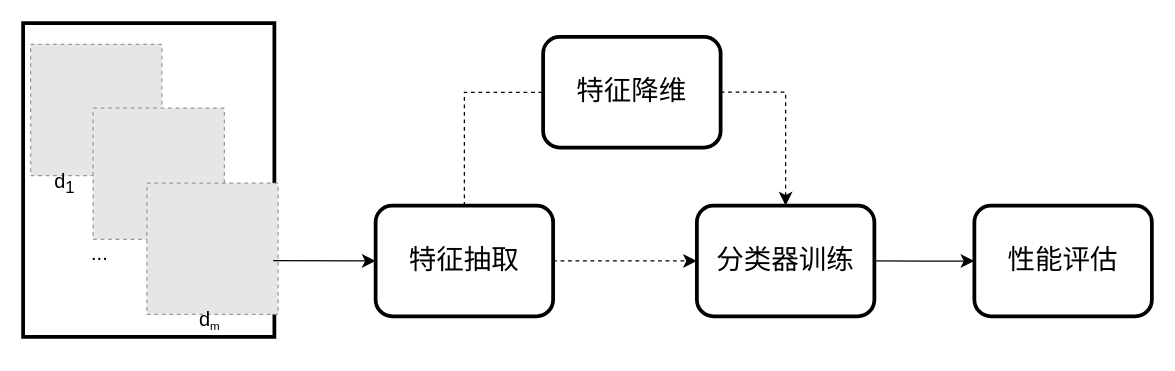
The draw.io diagram img/TextCategorization.drawio in Coder-Colder/MyPics, before the edit. Source tidied: cells renumbered, new cells numbered last; positions are measured from the earlier drawing's top-left corner, leaving out a move shared by most shapes. Both pictures are drawn from the tidied source at 125%, with x=0, y=0 at pixel (22, 22). Pictures stored in the file or linked from it are replaced by grey dashed boxes.
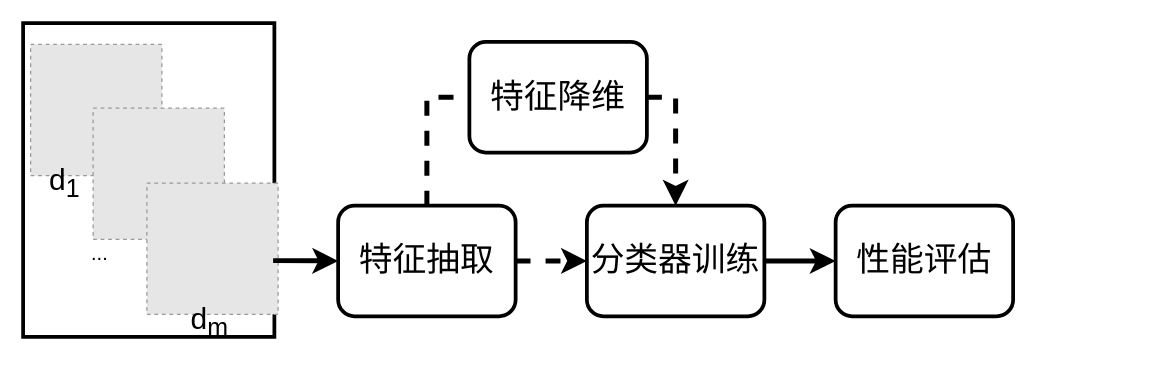
After the change.

Diff of the diagram source:
```diff
@@
 <mxGraphModel>
   <root>
     <mxCell id="0" />
     <mxCell id="1" parent="0" />
     <mxCell id="2" style="group;" parent="1" vertex="1">
-      <mxGeometry width="204" height="255" as="geometry" />
+      <mxGeometry width="204" height="261" as="geometry" />
     </mxCell>
     <mxCell id="3" style="rounded=0;whiteSpace=wrap;html=1;fontSize=16;strokeWidth=3;" parent="2" vertex="1">
       <mxGeometry width="201" height="251" as="geometry" />
     </mxCell>
     <mxCell id="4" style="fillColor=#E6E6E6;strokeColor=#999999;dashed=1;verticalLabelPosition=bottom;labelBackgroundColor=default;verticalAlign=top;" parent="2" vertex="1">
       <mxGeometry x="6" y="17" width="105" height="105" as="geometry" />
     </mxCell>
     <mxCell id="5" style="fillColor=#E6E6E6;strokeColor=#999999;dashed=1;verticalLabelPosition=bottom;labelBackgroundColor=default;verticalAlign=top;" parent="2" vertex="1">
       <mxGeometry x="56" y="68" width="105" height="105" as="geometry" />
     </mxCell>
     <mxCell id="6" style="fillColor=#E6E6E6;strokeColor=#999999;dashed=1;verticalLabelPosition=bottom;labelBackgroundColor=default;verticalAlign=top;" parent="2" vertex="1">
       <mxGeometry x="99" y="128" width="105" height="105" as="geometry" />
     </mxCell>
-    <mxCell id="7" value="d&lt;sub&gt;1&lt;/sub&gt;" style="text;html=1;align=center;verticalAlign=middle;strokeColor=none;fillColor=none;fontSize=16;" parent="2" vertex="1">
-      <mxGeometry x="16" y="110" width="34" height="35" as="geometry" />
+    <mxCell id="7" value="&lt;font style=&quot;font-size: 24px;&quot;&gt;d&lt;sub&gt;1&lt;/sub&gt;&lt;/font&gt;" style="text;html=1;align=center;verticalAlign=middle;strokeColor=none;fillColor=none;fontSize=16;" parent="2" vertex="1">
+      <mxGeometry x="12" y="105" width="42" height="45" as="geometry" />
     </mxCell>
     <mxCell id="8" value="..." style="text;html=1;align=center;verticalAlign=middle;strokeColor=none;fillColor=none;fontSize=16;" parent="2" vertex="1">
       <mxGeometry x="45" y="168" width="31" height="31" as="geometry" />
     </mxCell>
-    <mxCell id="9" value="d&lt;span style=&quot;font-size: 11.1111px;&quot;&gt;&lt;sub&gt;m&lt;/sub&gt;&lt;/span&gt;" style="text;html=1;align=center;verticalAlign=middle;strokeColor=none;fillColor=none;fontSize=16;" parent="2" vertex="1">
-      <mxGeometry x="130" y="221" width="37" height="34" as="geometry" />
+    <mxCell id="9" value="&lt;font style=&quot;font-size: 24px;&quot;&gt;d&lt;sub style=&quot;&quot;&gt;m&lt;/sub&gt;&lt;/font&gt;" style="text;html=1;align=center;verticalAlign=middle;strokeColor=none;fillColor=none;fontSize=16;" parent="2" vertex="1">
+      <mxGeometry x="125" y="216" width="48" height="45" as="geometry" />
     </mxCell>
-    <mxCell id="10" style="edgeStyle=none;curved=1;rounded=0;jettySize=auto;html=1;exitX=1;exitY=0.5;exitDx=0;exitDy=0;fontSize=22;startSize=8;endSize=8;dashed=1;" parent="1" edge="1" source="12" target="17">
+    <mxCell id="10" style="edgeStyle=none;curved=1;rounded=0;jettySize=auto;html=1;exitX=1;exitY=0.5;exitDx=0;exitDy=0;fontSize=22;startSize=8;endSize=8;dashed=1;strokeWidth=4;" parent="1" edge="1" source="12" target="17">
       <mxGeometry relative="1" as="geometry" />
     </mxCell>
-    <mxCell id="11" style="edgeStyle=orthogonalEdgeStyle;rounded=0;jettySize=auto;html=1;exitX=0.5;exitY=0;exitDx=0;exitDy=0;entryX=0;entryY=0.5;entryDx=0;entryDy=0;fontSize=22;startSize=8;endSize=8;dashed=1;" parent="1" edge="1" source="12" target="15">
+    <mxCell id="11" style="edgeStyle=orthogonalEdgeStyle;rounded=0;jettySize=auto;html=1;exitX=0.5;exitY=0;exitDx=0;exitDy=0;entryX=0;entryY=0.5;entryDx=0;entryDy=0;fontSize=22;startSize=8;endSize=8;dashed=1;strokeWidth=4;" parent="1" edge="1" source="12" target="15">
       <mxGeometry relative="1" as="geometry" />
     </mxCell>
-    <mxCell id="12" value="&lt;font style=&quot;font-size: 22px;&quot;&gt;特征抽取&lt;/font&gt;" style="rounded=1;whiteSpace=wrap;html=1;strokeWidth=3;fontSize=16;" parent="1" vertex="1">
-      <mxGeometry x="282" y="146" width="142" height="88.5" as="geometry" />
+    <mxCell id="12" value="&lt;font style=&quot;font-size: 27px;&quot;&gt;特征抽取&lt;/font&gt;" style="rounded=1;whiteSpace=wrap;html=1;strokeWidth=3;fontSize=16;" parent="1" vertex="1">
+      <mxGeometry x="252" y="146" width="142" height="88.5" as="geometry" />
     </mxCell>
-    <mxCell id="13" style="edgeStyle=none;curved=1;rounded=0;jettySize=auto;html=1;entryX=0;entryY=0.5;entryDx=0;entryDy=0;fontSize=12;startSize=8;endSize=8;" parent="1" edge="1" target="12">
+    <mxCell id="13" style="edgeStyle=none;curved=1;rounded=0;jettySize=auto;html=1;entryX=0;entryY=0.5;entryDx=0;entryDy=0;fontSize=12;startSize=8;endSize=8;strokeWidth=4;" parent="1" edge="1" target="12">
       <mxGeometry relative="1" as="geometry">
         <mxPoint x="200" y="190" as="sourcePoint" />
       </mxGeometry>
     </mxCell>
-    <mxCell id="14" style="edgeStyle=orthogonalEdgeStyle;rounded=0;jettySize=auto;html=1;exitX=1;exitY=0.5;exitDx=0;exitDy=0;fontSize=22;startSize=8;endSize=8;dashed=1;" parent="1" edge="1" source="15" target="17">
+    <mxCell id="14" style="edgeStyle=orthogonalEdgeStyle;rounded=0;jettySize=auto;html=1;exitX=1;exitY=0.5;exitDx=0;exitDy=0;fontSize=22;startSize=8;endSize=8;dashed=1;strokeWidth=4;" parent="1" edge="1" source="15" target="17">
       <mxGeometry relative="1" as="geometry" />
     </mxCell>
-    <mxCell id="15" value="&lt;font style=&quot;font-size: 22px;&quot;&gt;特征降维&lt;/font&gt;" style="rounded=1;whiteSpace=wrap;html=1;strokeWidth=3;fontSize=16;" parent="1" vertex="1">
-      <mxGeometry x="416" y="11" width="142" height="88.5" as="geometry" />
+    <mxCell id="15" value="&lt;font style=&quot;font-size: 27px;&quot;&gt;特征降维&lt;/font&gt;" style="rounded=1;whiteSpace=wrap;html=1;strokeWidth=3;fontSize=16;" parent="1" vertex="1">
+      <mxGeometry x="357" y="15" width="142" height="88.5" as="geometry" />
     </mxCell>
-    <mxCell id="16" style="edgeStyle=orthogonalEdgeStyle;rounded=0;jettySize=auto;html=1;exitX=1;exitY=0.5;exitDx=0;exitDy=0;fontSize=22;startSize=8;endSize=8;" parent="1" edge="1" source="17" target="18">
+    <mxCell id="16" style="edgeStyle=orthogonalEdgeStyle;rounded=0;jettySize=auto;html=1;exitX=1;exitY=0.5;exitDx=0;exitDy=0;fontSize=22;startSize=8;endSize=8;strokeWidth=4;" parent="1" edge="1" source="17" target="18">
       <mxGeometry relative="1" as="geometry" />
     </mxCell>
-    <mxCell id="17" value="&lt;font style=&quot;font-size: 22px;&quot;&gt;分类器训练&lt;/font&gt;" style="rounded=1;whiteSpace=wrap;html=1;strokeWidth=3;fontSize=16;" parent="1" vertex="1">
-      <mxGeometry x="539" y="146" width="142" height="88.5" as="geometry" />
+    <mxCell id="17" value="&lt;font style=&quot;font-size: 27px;&quot;&gt;分类器训练&lt;/font&gt;" style="rounded=1;whiteSpace=wrap;html=1;strokeWidth=3;fontSize=16;" parent="1" vertex="1">
+      <mxGeometry x="451" y="146" width="142" height="88.5" as="geometry" />
     </mxCell>
-    <mxCell id="18" value="&lt;font style=&quot;font-size: 22px;&quot;&gt;性能评估&lt;/font&gt;" style="rounded=1;whiteSpace=wrap;html=1;strokeWidth=3;fontSize=16;" parent="1" vertex="1">
-      <mxGeometry x="761" y="146" width="142" height="88.5" as="geometry" />
+    <mxCell id="18" value="&lt;font style=&quot;font-size: 27px;&quot;&gt;性能评估&lt;/font&gt;" style="rounded=1;whiteSpace=wrap;html=1;strokeWidth=3;fontSize=16;" parent="1" vertex="1">
+      <mxGeometry x="650" y="146" width="142" height="88.5" as="geometry" />
     </mxCell>
   </root>
 </mxGraphModel>
```
